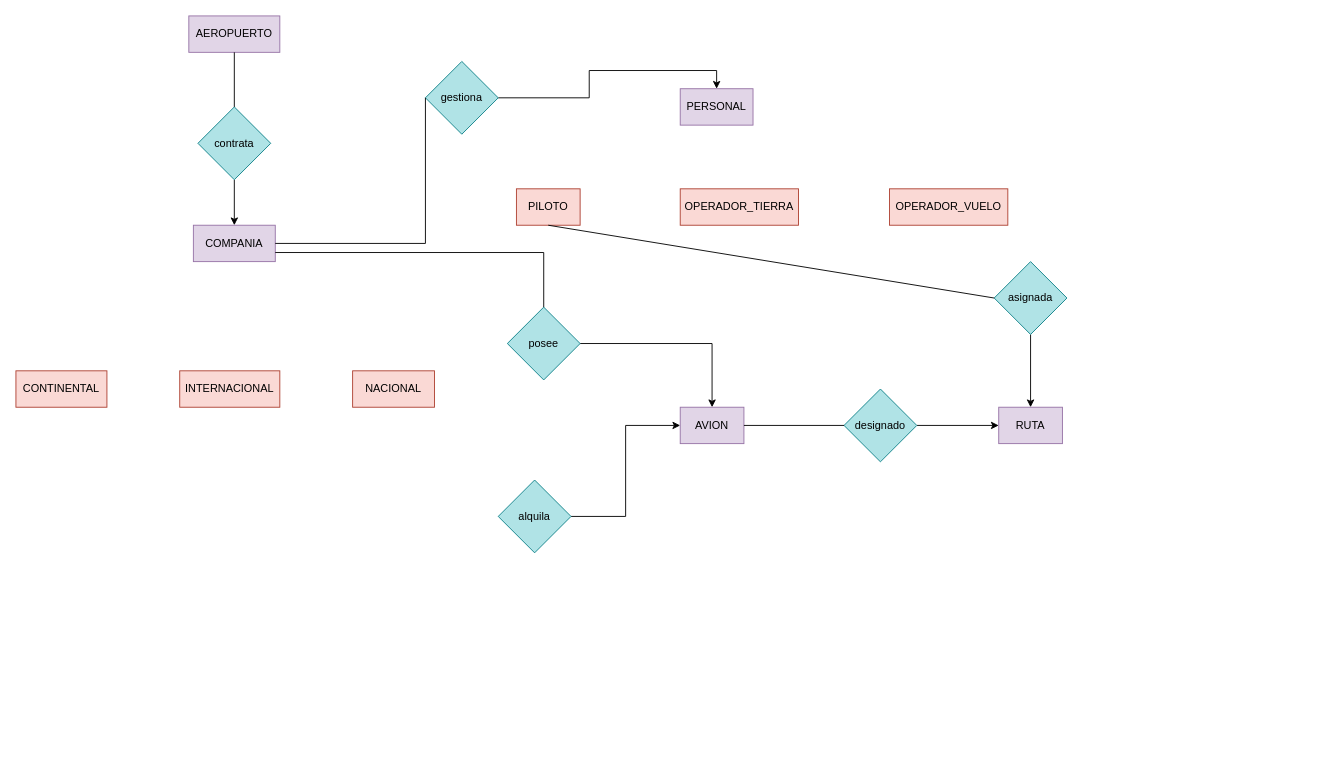
Before: Diagrama E-R Aeropuerto TBD.drawio in misiomishi/itcj, a draw.io diagram. Source tidied: cells renumbered, new cells numbered last; positions are measured from the earlier drawing's top-left corner, leaving out a move shared by most shapes. Both pictures are drawn from the tidied source at 91%, with x=0, y=0 at pixel (15, 15).
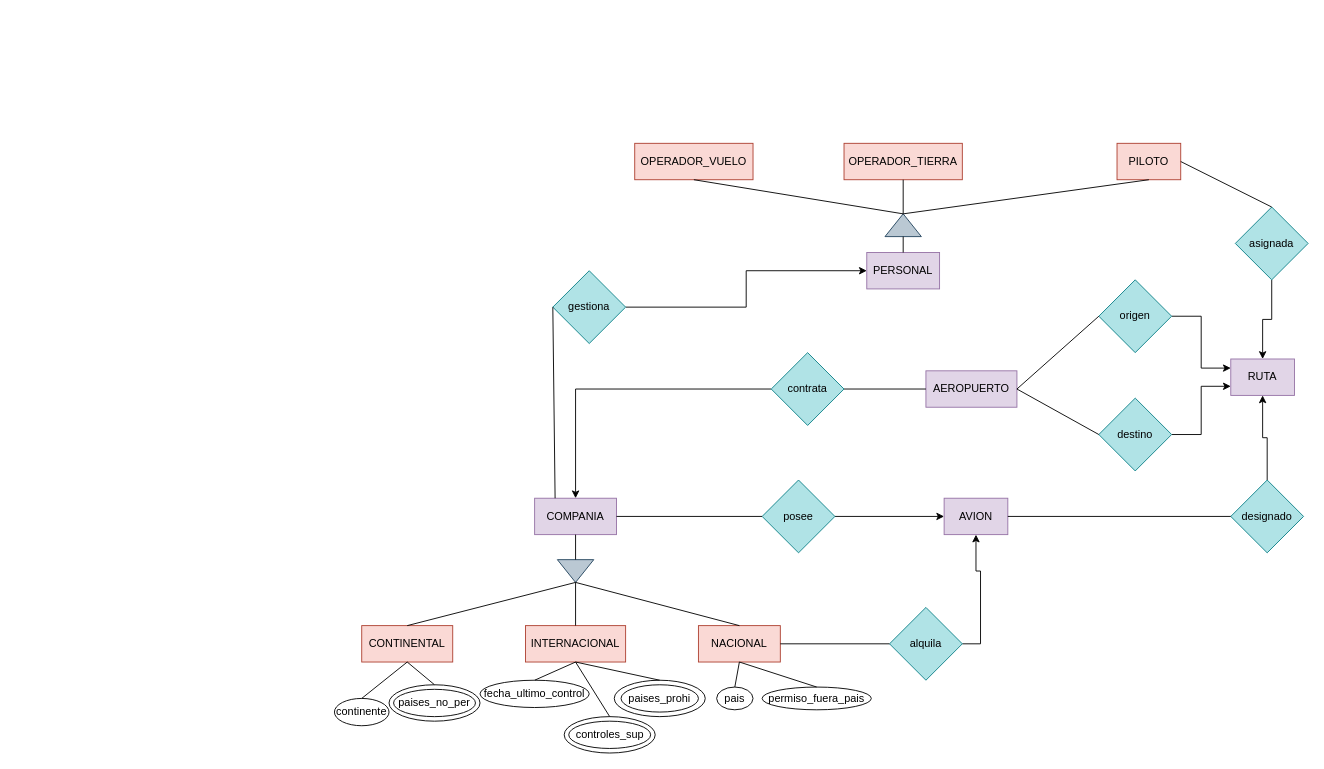
After the change.

Change to the diagram source:
```diff
@@
     <mxCell id="2" value="AEROPUERTO" style="rounded=0;whiteSpace=wrap;html=1;fillColor=#e1d5e7;strokeColor=#9673a6;" parent="1" vertex="1">
-      <mxGeometry x="190" width="100" height="40" as="geometry" />
+      <mxGeometry x="1000" y="390" width="100" height="40" as="geometry" />
     </mxCell>
     <mxCell id="3" value="COMPANIA" style="rounded=0;whiteSpace=wrap;html=1;fillColor=#e1d5e7;strokeColor=#9673a6;" parent="1" vertex="1">
-      <mxGeometry x="195" y="230" width="90" height="40" as="geometry" />
+      <mxGeometry x="570" y="530" width="90" height="40" as="geometry" />
     </mxCell>
     <mxCell id="4" value="AVION" style="rounded=0;whiteSpace=wrap;html=1;fillColor=#e1d5e7;strokeColor=#9673a6;" parent="1" vertex="1">
-      <mxGeometry x="730" y="430" width="70" height="40" as="geometry" />
+      <mxGeometry x="1020" y="530" width="70" height="40" as="geometry" />
     </mxCell>
     <mxCell id="5" value="RUTA" style="rounded=0;whiteSpace=wrap;html=1;fillColor=#e1d5e7;strokeColor=#9673a6;" parent="1" vertex="1">
-      <mxGeometry x="1080" y="430" width="70" height="40" as="geometry" />
+      <mxGeometry x="1335" y="377" width="70" height="40" as="geometry" />
     </mxCell>
     <mxCell id="6" value="PERSONAL" style="rounded=0;whiteSpace=wrap;html=1;fillColor=#e1d5e7;strokeColor=#9673a6;" parent="1" vertex="1">
-      <mxGeometry x="730" y="80" width="80" height="40" as="geometry" />
+      <mxGeometry x="935" y="260" width="80" height="40" as="geometry" />
     </mxCell>
     <mxCell id="7" value="NACIONAL" style="rounded=0;whiteSpace=wrap;html=1;fillColor=#fad9d5;strokeColor=#ae4132;" parent="1" vertex="1">
-      <mxGeometry x="370" y="390" width="90" height="40" as="geometry" />
+      <mxGeometry x="750" y="670" width="90" height="40" as="geometry" />
     </mxCell>
     <mxCell id="8" value="CONTINENTAL" style="rounded=0;whiteSpace=wrap;html=1;fillColor=#fad9d5;strokeColor=#ae4132;" parent="1" vertex="1">
-      <mxGeometry y="390" width="100" height="40" as="geometry" />
+      <mxGeometry x="380" y="670" width="100" height="40" as="geometry" />
     </mxCell>
     <mxCell id="9" value="INTERNACIONAL" style="rounded=0;whiteSpace=wrap;html=1;fillColor=#fad9d5;strokeColor=#ae4132;" parent="1" vertex="1">
-      <mxGeometry x="180" y="390" width="110" height="40" as="geometry" />
+      <mxGeometry x="560" y="670" width="110" height="40" as="geometry" />
     </mxCell>
     <mxCell id="10" value="OPERADOR_VUELO" style="rounded=0;whiteSpace=wrap;html=1;fillColor=#fad9d5;strokeColor=#ae4132;" parent="1" vertex="1">
-      <mxGeometry x="960" y="190" width="130" height="40" as="geometry" />
+      <mxGeometry x="680" y="140" width="130" height="40" as="geometry" />
     </mxCell>
     <mxCell id="11" value="OPERADOR_TIERRA" style="rounded=0;whiteSpace=wrap;html=1;fillColor=#fad9d5;strokeColor=#ae4132;" parent="1" vertex="1">
-      <mxGeometry x="730" y="190" width="130" height="40" as="geometry" />
+      <mxGeometry x="910" y="140" width="130" height="40" as="geometry" />
     </mxCell>
     <mxCell id="12" value="PILOTO" style="rounded=0;whiteSpace=wrap;html=1;fillColor=#fad9d5;strokeColor=#ae4132;" parent="1" vertex="1">
-      <mxGeometry x="550" y="190" width="70" height="40" as="geometry" />
+      <mxGeometry x="1210" y="140" width="70" height="40" as="geometry" />
     </mxCell>
-    <mxCell id="13" style="edgeStyle=orthogonalEdgeStyle;rounded=0;jettySize=auto;html=1;exitX=0.5;exitY=1;exitDx=0;exitDy=0;entryX=0.5;entryY=0;entryDx=0;entryDy=0;" parent="1" edge="1" source="14" target="3">
+    <mxCell id="13" style="edgeStyle=orthogonalEdgeStyle;rounded=0;jettySize=auto;html=1;exitX=0;exitY=0.5;exitDx=0;exitDy=0;entryX=0.5;entryY=0;entryDx=0;entryDy=0;" parent="1" edge="1" source="14" target="3">
       <mxGeometry relative="1" as="geometry" />
     </mxCell>
     <mxCell id="14" value="contrata" style="rhombus;whiteSpace=wrap;html=1;fillColor=#b0e3e6;strokeColor=#0e8088;" parent="1" vertex="1">
-      <mxGeometry x="200" y="100" width="80" height="80" as="geometry" />
+      <mxGeometry x="830" y="370" width="80" height="80" as="geometry" />
     </mxCell>
-    <mxCell id="15" style="edgeStyle=orthogonalEdgeStyle;rounded=0;jettySize=auto;html=1;exitX=1;exitY=0.5;exitDx=0;exitDy=0;entryX=0.5;entryY=0;entryDx=0;entryDy=0;" parent="1" edge="1" source="16" target="6">
+    <mxCell id="15" style="edgeStyle=orthogonalEdgeStyle;rounded=0;jettySize=auto;html=1;exitX=1;exitY=0.5;exitDx=0;exitDy=0;entryX=0;entryY=0.5;entryDx=0;entryDy=0;" parent="1" edge="1" source="16" target="6">
       <mxGeometry relative="1" as="geometry" />
     </mxCell>
     <mxCell id="16" value="gestiona" style="rhombus;whiteSpace=wrap;html=1;fillColor=#b0e3e6;strokeColor=#0e8088;" parent="1" vertex="1">
-      <mxGeometry x="450" y="50" width="80" height="80" as="geometry" />
+      <mxGeometry x="590" y="280" width="80" height="80" as="geometry" />
     </mxCell>
-    <mxCell id="17" style="edgeStyle=orthogonalEdgeStyle;rounded=0;jettySize=auto;html=1;exitX=1;exitY=0.5;exitDx=0;exitDy=0;entryX=0;entryY=0.5;entryDx=0;entryDy=0;" parent="1" edge="1" source="18" target="4">
+    <mxCell id="17" style="edgeStyle=orthogonalEdgeStyle;rounded=0;jettySize=auto;html=1;exitX=1;exitY=0.5;exitDx=0;exitDy=0;entryX=0.5;entryY=1;entryDx=0;entryDy=0;" parent="1" edge="1" source="18" target="4">
       <mxGeometry relative="1" as="geometry" />
     </mxCell>
     <mxCell id="18" value="alquila" style="rhombus;whiteSpace=wrap;html=1;fillColor=#b0e3e6;strokeColor=#0e8088;" parent="1" vertex="1">
-      <mxGeometry x="530" y="510" width="80" height="80" as="geometry" />
+      <mxGeometry x="960" y="650" width="80" height="80" as="geometry" />
     </mxCell>
-    <mxCell id="19" style="edgeStyle=orthogonalEdgeStyle;rounded=0;jettySize=auto;html=1;exitX=1;exitY=0.5;exitDx=0;exitDy=0;entryX=0.5;entryY=0;entryDx=0;entryDy=0;" parent="1" edge="1" source="20" target="4">
+    <mxCell id="19" style="edgeStyle=orthogonalEdgeStyle;rounded=0;jettySize=auto;html=1;exitX=1;exitY=0.5;exitDx=0;exitDy=0;entryX=0;entryY=0.5;entryDx=0;entryDy=0;" parent="1" edge="1" source="20" target="4">
       <mxGeometry relative="1" as="geometry" />
     </mxCell>
     <mxCell id="20" value="posee" style="rhombus;whiteSpace=wrap;html=1;fillColor=#b0e3e6;strokeColor=#0e8088;" parent="1" vertex="1">
-      <mxGeometry x="540" y="320" width="80" height="80" as="geometry" />
+      <mxGeometry x="820" y="510" width="80" height="80" as="geometry" />
     </mxCell>
-    <mxCell id="21" style="edgeStyle=orthogonalEdgeStyle;rounded=0;jettySize=auto;html=1;exitX=1;exitY=0.5;exitDx=0;exitDy=0;entryX=0;entryY=0.5;entryDx=0;entryDy=0;" parent="1" edge="1" source="22" target="5">
+    <mxCell id="21" style="edgeStyle=orthogonalEdgeStyle;rounded=0;jettySize=auto;html=1;exitX=0.5;exitY=0;exitDx=0;exitDy=0;entryX=0.5;entryY=1;entryDx=0;entryDy=0;" parent="1" edge="1" source="22" target="5">
       <mxGeometry relative="1" as="geometry" />
     </mxCell>
     <mxCell id="22" value="designado" style="rhombus;whiteSpace=wrap;html=1;fillColor=#b0e3e6;strokeColor=#0e8088;" parent="1" vertex="1">
-      <mxGeometry x="910" y="410" width="80" height="80" as="geometry" />
+      <mxGeometry x="1335" y="510" width="80" height="80" as="geometry" />
     </mxCell>
@@
     <mxCell id="24" value="asignada" style="rhombus;whiteSpace=wrap;html=1;fillColor=#b0e3e6;strokeColor=#0e8088;" parent="1" vertex="1">
-      <mxGeometry x="1075" y="270" width="80" height="80" as="geometry" />
+      <mxGeometry x="1340" y="210" width="80" height="80" as="geometry" />
     </mxCell>
+    <mxCell id="30" style="edgeStyle=orthogonalEdgeStyle;rounded=0;jettySize=auto;html=1;exitX=1;exitY=0.5;exitDx=0;exitDy=0;entryX=0;entryY=0.25;entryDx=0;entryDy=0;" parent="1" edge="1" source="31" target="5">
+      <mxGeometry relative="1" as="geometry" />
+    </mxCell>
+    <mxCell id="31" value="origen" style="rhombus;whiteSpace=wrap;html=1;fillColor=#b0e3e6;strokeColor=#0e8088;" parent="1" vertex="1">
+      <mxGeometry x="1190" y="290" width="80" height="80" as="geometry" />
+    </mxCell>
+    <mxCell id="32" style="edgeStyle=orthogonalEdgeStyle;rounded=0;jettySize=auto;html=1;exitX=1;exitY=0.5;exitDx=0;exitDy=0;entryX=0;entryY=0.75;entryDx=0;entryDy=0;" parent="1" edge="1" source="33" target="5">
+      <mxGeometry relative="1" as="geometry" />
+    </mxCell>
+    <mxCell id="33" value="destino" style="rhombus;whiteSpace=wrap;html=1;fillColor=#b0e3e6;strokeColor=#0e8088;" parent="1" vertex="1">
+      <mxGeometry x="1190" y="420" width="80" height="80" as="geometry" />
+    </mxCell>
-    <mxCell id="25" style="endArrow=none;html=1;rounded=0;entryX=0.5;entryY=1;entryDx=0;entryDy=0;exitX=0.5;exitY=0;exitDx=0;exitDy=0;" parent="1" edge="1" source="14" target="2">
+    <mxCell id="25" style="endArrow=none;html=1;rounded=0;entryX=0;entryY=0.5;entryDx=0;entryDy=0;exitX=1;exitY=0.5;exitDx=0;exitDy=0;" parent="1" edge="1" source="14" target="2">
       <mxGeometry relative="1" as="geometry" />
     </mxCell>
+    <mxCell id="34" style="endArrow=none;html=1;rounded=0;entryX=1;entryY=0.5;entryDx=0;entryDy=0;exitX=0;exitY=0.5;exitDx=0;exitDy=0;" parent="1" edge="1" source="33" target="2">
+      <mxGeometry relative="1" as="geometry" />
+    </mxCell>
+    <mxCell id="35" style="endArrow=none;html=1;rounded=0;entryX=1;entryY=0.5;entryDx=0;entryDy=0;exitX=0;exitY=0.5;exitDx=0;exitDy=0;" parent="1" edge="1" source="31" target="2">
+      <mxGeometry relative="1" as="geometry" />
+    </mxCell>
+    <mxCell id="28" style="endArrow=none;html=1;rounded=0;entryX=1;entryY=0.5;entryDx=0;entryDy=0;exitX=0;exitY=0.5;exitDx=0;exitDy=0;" parent="1" edge="1" source="22" target="4">
+      <mxGeometry relative="1" as="geometry" />
+    </mxCell>
+    <mxCell id="36" style="endArrow=none;html=1;rounded=0;entryX=0.5;entryY=0;entryDx=0;entryDy=0;exitX=1;exitY=0.5;exitDx=0;exitDy=0;" parent="1" edge="1" source="12" target="24">
+      <mxGeometry relative="1" as="geometry" />
+    </mxCell>
+    <mxCell id="37" style="endArrow=none;html=1;rounded=0;entryX=0;entryY=0.5;entryDx=0;entryDy=0;exitX=1;exitY=0.5;exitDx=0;exitDy=0;" parent="1" edge="1" source="7" target="18">
+      <mxGeometry relative="1" as="geometry" />
+    </mxCell>
+    <mxCell id="38" style="endArrow=none;html=1;rounded=0;entryX=0;entryY=0.5;entryDx=0;entryDy=0;exitX=1;exitY=0.5;exitDx=0;exitDy=0;" parent="1" edge="1" source="3" target="20">
+      <mxGeometry relative="1" as="geometry" />
+    </mxCell>
+    <mxCell id="39" style="triangle;whiteSpace=wrap;html=1;rotation=90;fillColor=#bac8d3;strokeColor=#23445d;" parent="1" vertex="1">
+      <mxGeometry x="602.5" y="590" width="25" height="40" as="geometry" />
+    </mxCell>
+    <mxCell id="40" style="endArrow=none;html=1;rounded=0;entryX=0.5;entryY=1;entryDx=0;entryDy=0;exitX=0;exitY=0.5;exitDx=0;exitDy=0;" parent="1" edge="1" source="39" target="3">
+      <mxGeometry relative="1" as="geometry" />
+    </mxCell>
+    <mxCell id="41" style="endArrow=none;html=1;rounded=0;entryX=1;entryY=0.5;entryDx=0;entryDy=0;exitX=0.5;exitY=0;exitDx=0;exitDy=0;" parent="1" edge="1" source="7" target="39">
+      <mxGeometry relative="1" as="geometry" />
+    </mxCell>
+    <mxCell id="42" style="endArrow=none;html=1;rounded=0;entryX=1;entryY=0.5;entryDx=0;entryDy=0;exitX=0.5;exitY=0;exitDx=0;exitDy=0;" parent="1" edge="1" source="9" target="39">
+      <mxGeometry relative="1" as="geometry" />
+    </mxCell>
+    <mxCell id="43" style="endArrow=none;html=1;rounded=0;entryX=1;entryY=0.5;entryDx=0;entryDy=0;exitX=0.5;exitY=0;exitDx=0;exitDy=0;" parent="1" edge="1" source="8" target="39">
+      <mxGeometry relative="1" as="geometry" />
+    </mxCell>
+    <mxCell id="44" style="triangle;whiteSpace=wrap;html=1;rotation=-90;fillColor=#bac8d3;strokeColor=#23445d;" parent="1" vertex="1">
+      <mxGeometry x="962.5" y="210" width="25" height="40" as="geometry" />
+    </mxCell>
+    <mxCell id="45" style="endArrow=none;html=1;rounded=0;entryX=0;entryY=0.5;entryDx=0;entryDy=0;exitX=0.5;exitY=0;exitDx=0;exitDy=0;" parent="1" edge="1" source="6" target="44">
+      <mxGeometry relative="1" as="geometry" />
+    </mxCell>
+    <mxCell id="46" style="endArrow=none;html=1;rounded=0;entryX=0.5;entryY=1;entryDx=0;entryDy=0;exitX=1;exitY=0.5;exitDx=0;exitDy=0;" parent="1" edge="1" source="44" target="11">
+      <mxGeometry relative="1" as="geometry" />
+    </mxCell>
+    <mxCell id="47" style="endArrow=none;html=1;rounded=0;entryX=0.5;entryY=1;entryDx=0;entryDy=0;exitX=1;exitY=0.5;exitDx=0;exitDy=0;" parent="1" edge="1" source="44" target="10">
+      <mxGeometry relative="1" as="geometry" />
+    </mxCell>
+    <mxCell id="48" style="endArrow=none;html=1;rounded=0;entryX=0.5;entryY=1;entryDx=0;entryDy=0;exitX=1;exitY=0.5;exitDx=0;exitDy=0;" parent="1" edge="1" source="44" target="12">
+      <mxGeometry relative="1" as="geometry" />
+    </mxCell>
+    <mxCell id="49" value="continente" style="ellipse;whiteSpace=wrap;html=1;" parent="1" vertex="1">
+      <mxGeometry x="350" y="750" width="60" height="30" as="geometry" />
+    </mxCell>
-    <mxCell id="26" style="endArrow=none;html=1;rounded=0;entryX=0;entryY=0.5;entryDx=0;entryDy=0;exitX=1;exitY=0.5;exitDx=0;exitDy=0;" parent="1" edge="1" source="3" target="16">
-      <mxGeometry relative="1" as="geometry">
-        <Array as="points">
-          <mxPoint x="450" y="250" />
-        </Array>
-      </mxGeometry>
+    <mxCell id="26" style="endArrow=none;html=1;rounded=0;exitX=0.25;exitY=0;exitDx=0;exitDy=0;entryX=0;entryY=0.5;entryDx=0;entryDy=0;" parent="1" edge="1" source="3" target="16">
+      <mxGeometry relative="1" as="geometry" />
     </mxCell>
-    <mxCell id="27" style="endArrow=none;html=1;rounded=0;entryX=1;entryY=0.75;entryDx=0;entryDy=0;exitX=0.5;exitY=0;exitDx=0;exitDy=0;" parent="1" edge="1" source="20" target="3">
-      <mxGeometry relative="1" as="geometry">
-        <Array as="points">
-          <mxPoint x="580" y="260" />
-        </Array>
-      </mxGeometry>
-    </mxCell>
-    <mxCell id="28" style="endArrow=none;html=1;rounded=0;entryX=1;entryY=0.5;entryDx=0;entryDy=0;exitX=0;exitY=0.5;exitDx=0;exitDy=0;" parent="1" edge="1" source="22" target="4">
-      <mxGeometry relative="1" as="geometry" />
-    </mxCell>
-    <mxCell id="29" style="endArrow=none;html=1;rounded=0;entryX=0.5;entryY=1;entryDx=0;entryDy=0;exitX=0;exitY=0.5;exitDx=0;exitDy=0;" parent="1" edge="1" source="24" target="12">
-      <mxGeometry relative="1" as="geometry" />
-    </mxCell>
+    <mxCell id="50" value="paises_no_per" style="ellipse;whiteSpace=wrap;html=1;" parent="1" vertex="1">
+      <mxGeometry x="415" y="740" width="90" height="30" as="geometry" />
+    </mxCell>
+    <mxCell id="51" style="ellipse;whiteSpace=wrap;html=1;fillColor=none;" parent="1" vertex="1">
+      <mxGeometry x="410" y="735" width="100" height="40" as="geometry" />
+    </mxCell>
+    <mxCell id="52" style="endArrow=none;html=1;rounded=0;entryX=0.5;entryY=1;entryDx=0;entryDy=0;exitX=0.5;exitY=0;exitDx=0;exitDy=0;" parent="1" edge="1" source="49" target="8">
+      <mxGeometry relative="1" as="geometry" />
+    </mxCell>
+    <mxCell id="53" style="endArrow=none;html=1;rounded=0;entryX=0.5;entryY=1;entryDx=0;entryDy=0;exitX=0.5;exitY=0;exitDx=0;exitDy=0;" parent="1" edge="1" source="51" target="8">
+      <mxGeometry relative="1" as="geometry" />
+    </mxCell>
+    <mxCell id="54" value="fecha_ultimo_control" style="ellipse;whiteSpace=wrap;html=1;" parent="1" vertex="1">
+      <mxGeometry x="510" y="730" width="120" height="30" as="geometry" />
+    </mxCell>
+    <mxCell id="55" value="controles_sup" style="ellipse;whiteSpace=wrap;html=1;" parent="1" vertex="1">
+      <mxGeometry x="607.5" y="775" width="90" height="30" as="geometry" />
+    </mxCell>
+    <mxCell id="56" style="ellipse;whiteSpace=wrap;html=1;fillColor=none;" parent="1" vertex="1">
+      <mxGeometry x="602.5" y="770" width="100" height="40" as="geometry" />
+    </mxCell>
+    <mxCell id="57" value="paises_prohi" style="ellipse;whiteSpace=wrap;html=1;" parent="1" vertex="1">
+      <mxGeometry x="665" y="735" width="85" height="30" as="geometry" />
+    </mxCell>
+    <mxCell id="58" style="ellipse;whiteSpace=wrap;html=1;fillColor=none;" parent="1" vertex="1">
+      <mxGeometry x="657.5" y="730" width="100" height="40" as="geometry" />
+    </mxCell>
+    <mxCell id="59" style="endArrow=none;html=1;rounded=0;exitX=0.5;exitY=1;exitDx=0;exitDy=0;entryX=0.5;entryY=0;entryDx=0;entryDy=0;" parent="1" edge="1" source="9" target="54">
+      <mxGeometry relative="1" as="geometry" />
+    </mxCell>
+    <mxCell id="60" style="endArrow=none;html=1;rounded=0;exitX=0.5;exitY=1;exitDx=0;exitDy=0;entryX=0.5;entryY=0;entryDx=0;entryDy=0;" parent="1" edge="1" source="9" target="56">
+      <mxGeometry relative="1" as="geometry" />
+    </mxCell>
+    <mxCell id="61" style="endArrow=none;html=1;rounded=0;exitX=0.5;exitY=1;exitDx=0;exitDy=0;entryX=0.5;entryY=0;entryDx=0;entryDy=0;" parent="1" edge="1" source="9" target="58">
+      <mxGeometry relative="1" as="geometry" />
+    </mxCell>
+    <mxCell id="62" value="pais" style="ellipse;whiteSpace=wrap;html=1;" parent="1" vertex="1">
+      <mxGeometry x="770" y="737.5" width="40" height="25" as="geometry" />
+    </mxCell>
+    <mxCell id="63" value="permiso_fuera_pais" style="ellipse;whiteSpace=wrap;html=1;" parent="1" vertex="1">
+      <mxGeometry x="820" y="737.5" width="120" height="25" as="geometry" />
+    </mxCell>
+    <mxCell id="64" style="endArrow=none;html=1;rounded=0;exitX=0.5;exitY=1;exitDx=0;exitDy=0;entryX=0.5;entryY=0;entryDx=0;entryDy=0;" parent="1" edge="1" source="7" target="62">
+      <mxGeometry relative="1" as="geometry" />
+    </mxCell>
+    <mxCell id="65" style="endArrow=none;html=1;rounded=0;exitX=0.5;exitY=1;exitDx=0;exitDy=0;entryX=0.5;entryY=0;entryDx=0;entryDy=0;" parent="1" edge="1" source="7" target="63">
+      <mxGeometry relative="1" as="geometry" />
+    </mxCell>
```
